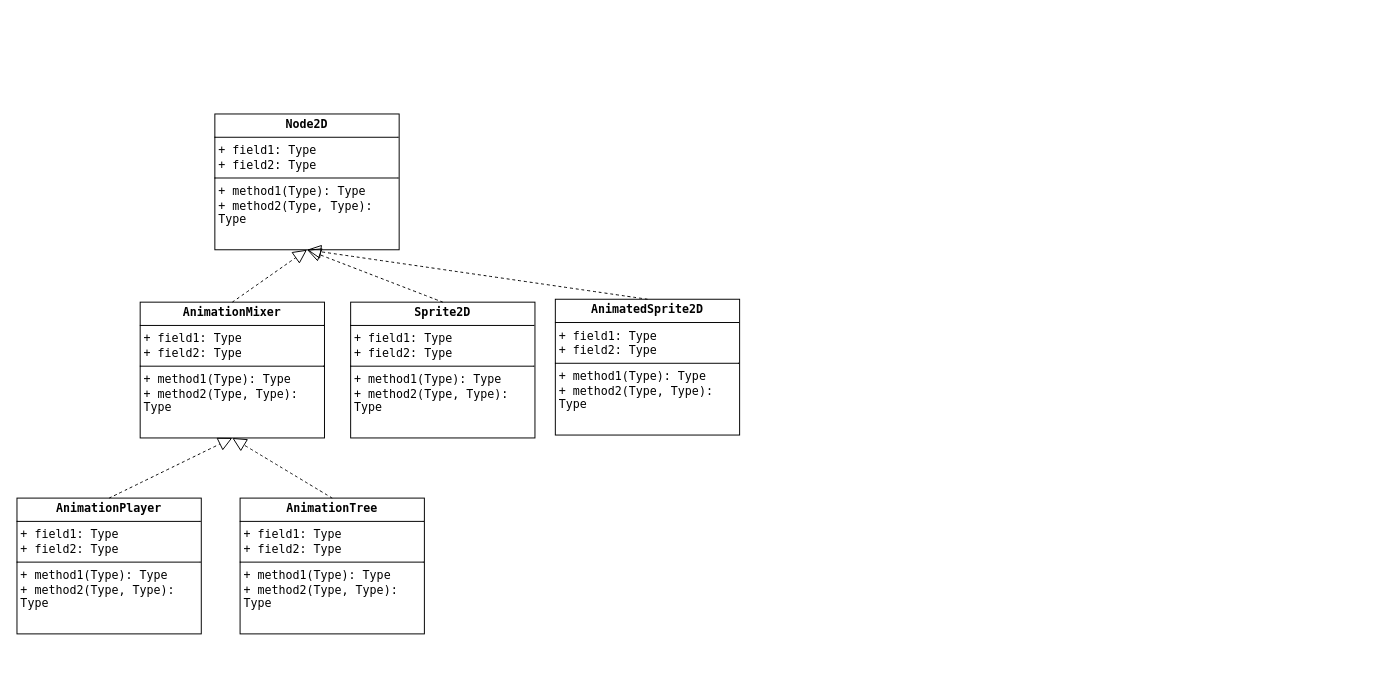
Before: page "动画" (2 of 8) of gotdot.drawio in GitHub7796/godotLearn, a draw.io diagram. Source tidied: cells renumbered, new cells numbered last; positions are measured from the earlier drawing's top-left corner, leaving out a move shared by most shapes. Both pictures are drawn from the tidied source at 97%, with x=0, y=0 at pixel (16, 113).
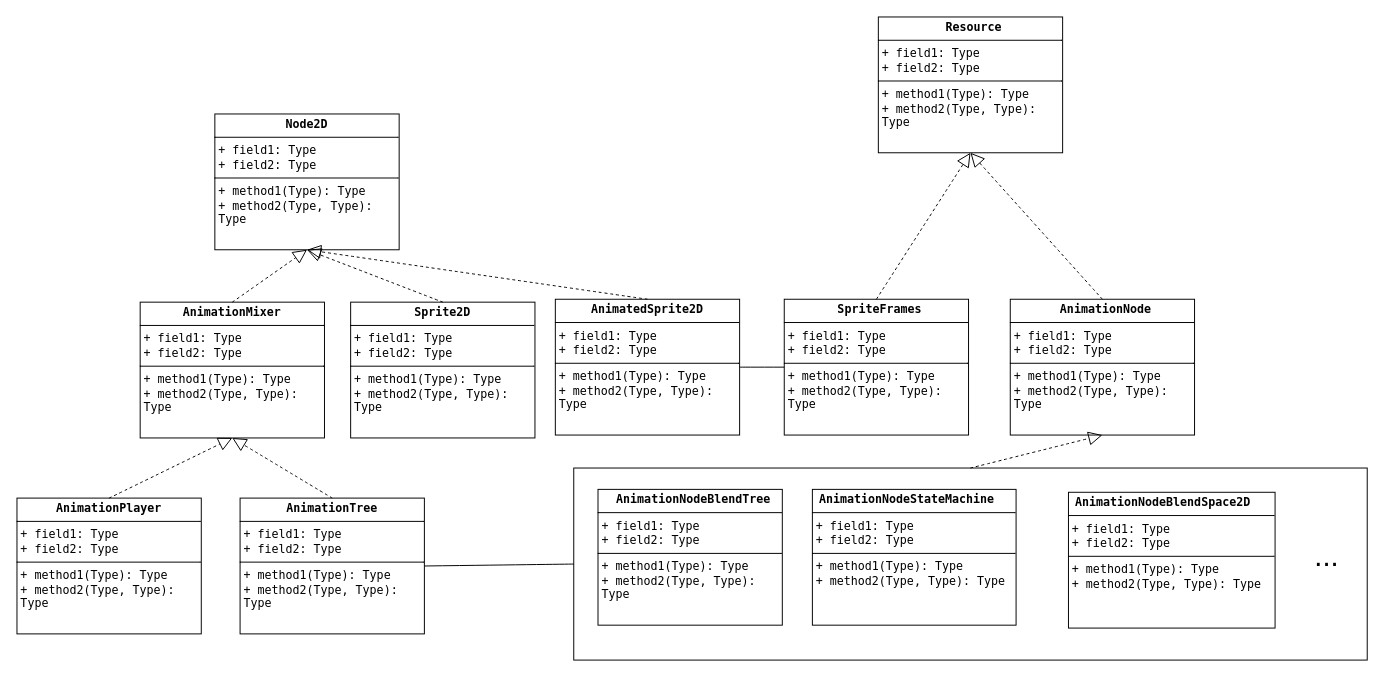
After the change.

Unchanged cells that the change refers to:
```xml
<mxCell id="5" value="&lt;p style=&quot;margin:0px;margin-top:4px;text-align:center;&quot;&gt;&lt;b&gt;AnimatedSprite2D&lt;/b&gt;&lt;br&gt;&lt;/p&gt;&lt;hr style=&quot;border-style:solid;&quot; size=&quot;1&quot;&gt;&lt;p style=&quot;margin:0px;margin-left:4px;&quot;&gt;+ field1: Type&lt;br&gt;+ field2: Type&lt;/p&gt;&lt;hr style=&quot;border-style:solid;&quot; size=&quot;1&quot;&gt;&lt;p style=&quot;margin:0px;margin-left:4px;&quot;&gt;+ method1(Type): Type&lt;br&gt;+ method2(Type, Type): Type&lt;/p&gt;" style="verticalAlign=top;align=left;overflow=fill;html=1;whiteSpace=wrap;fontFamily=Lucida Console;" parent="1" vertex="1">
  <mxGeometry x="555" y="191" width="190" height="140" as="geometry" />
</mxCell>
<mxCell id="10" value="&lt;p style=&quot;margin:0px;margin-top:4px;text-align:center;&quot;&gt;&lt;b&gt;AnimationTree&lt;/b&gt;&lt;br&gt;&lt;/p&gt;&lt;hr style=&quot;border-style:solid;&quot; size=&quot;1&quot;&gt;&lt;p style=&quot;margin:0px;margin-left:4px;&quot;&gt;+ field1: Type&lt;br&gt;+ field2: Type&lt;/p&gt;&lt;hr style=&quot;border-style:solid;&quot; size=&quot;1&quot;&gt;&lt;p style=&quot;margin:0px;margin-left:4px;&quot;&gt;+ method1(Type): Type&lt;br&gt;+ method2(Type, Type): Type&lt;/p&gt;" style="verticalAlign=top;align=left;overflow=fill;html=1;whiteSpace=wrap;fontFamily=Lucida Console;" parent="1" vertex="1">
  <mxGeometry x="230" y="396" width="190" height="140" as="geometry" />
</mxCell>
```

The edit, as a diff of the source:
```diff
@@
+    <mxCell id="13" value="&lt;p style=&quot;margin:0px;margin-top:4px;text-align:center;&quot;&gt;&lt;b&gt;&amp;nbsp;AnimationNode&lt;/b&gt;&lt;br&gt;&lt;/p&gt;&lt;hr style=&quot;border-style:solid;&quot; size=&quot;1&quot;&gt;&lt;p style=&quot;margin:0px;margin-left:4px;&quot;&gt;+ field1: Type&lt;br&gt;+ field2: Type&lt;/p&gt;&lt;hr style=&quot;border-style:solid;&quot; size=&quot;1&quot;&gt;&lt;p style=&quot;margin:0px;margin-left:4px;&quot;&gt;+ method1(Type): Type&lt;br&gt;+ method2(Type, Type): Type&lt;/p&gt;" style="verticalAlign=top;align=left;overflow=fill;html=1;whiteSpace=wrap;fontFamily=Lucida Console;" parent="1" vertex="1">
+      <mxGeometry x="1024" y="191" width="190" height="140" as="geometry" />
+    </mxCell>
+    <mxCell id="14" value="&lt;p style=&quot;margin:0px;margin-top:4px;text-align:center;&quot;&gt;&lt;b&gt;&amp;nbsp;&lt;/b&gt;&lt;span style=&quot;background-color: initial; text-align: left;&quot;&gt;&lt;b&gt;Resource&lt;/b&gt;&lt;/span&gt;&lt;br&gt;&lt;/p&gt;&lt;hr style=&quot;border-style:solid;&quot; size=&quot;1&quot;&gt;&lt;p style=&quot;margin:0px;margin-left:4px;&quot;&gt;+ field1: Type&lt;br&gt;+ field2: Type&lt;/p&gt;&lt;hr style=&quot;border-style:solid;&quot; size=&quot;1&quot;&gt;&lt;p style=&quot;margin:0px;margin-left:4px;&quot;&gt;+ method1(Type): Type&lt;br&gt;+ method2(Type, Type): Type&lt;/p&gt;" style="verticalAlign=top;align=left;overflow=fill;html=1;whiteSpace=wrap;fontFamily=Lucida Console;" parent="1" vertex="1">
+      <mxGeometry x="888" y="-100" width="190" height="140" as="geometry" />
+    </mxCell>
+    <mxCell id="15" style="endArrow=block;dashed=1;endFill=0;endSize=12;html=1;rounded=0;fontSize=12;curved=1;exitX=0.5;exitY=0;exitDx=0;exitDy=0;fontFamily=Lucida Console;entryX=0.5;entryY=1;entryDx=0;entryDy=0;" parent="1" edge="1" source="13" target="14">
+      <mxGeometry relative="1" as="geometry" />
+    </mxCell>
+    <mxCell id="16" value="&lt;p style=&quot;margin:0px;margin-top:4px;text-align:center;&quot;&gt;&lt;b&gt;&amp;nbsp;&lt;/b&gt;&lt;span style=&quot;background-color: initial; text-align: left;&quot;&gt;&lt;b&gt;AnimationNodeBlendTree&lt;/b&gt;&lt;/span&gt;&lt;br&gt;&lt;/p&gt;&lt;hr style=&quot;border-style:solid;&quot; size=&quot;1&quot;&gt;&lt;p style=&quot;margin:0px;margin-left:4px;&quot;&gt;+ field1: Type&lt;br&gt;+ field2: Type&lt;/p&gt;&lt;hr style=&quot;border-style:solid;&quot; size=&quot;1&quot;&gt;&lt;p style=&quot;margin:0px;margin-left:4px;&quot;&gt;+ method1(Type): Type&lt;br&gt;+ method2(Type, Type): Type&lt;/p&gt;" style="verticalAlign=top;align=left;overflow=fill;html=1;whiteSpace=wrap;fontFamily=Lucida Console;" parent="1" vertex="1">
+      <mxGeometry x="599" y="387" width="190" height="140" as="geometry" />
+    </mxCell>
+    <mxCell id="17" value="&lt;p style=&quot;text-align: left; margin: 4px 0px 0px;&quot;&gt;&lt;b&gt;&amp;nbsp;&lt;/b&gt;&lt;span style=&quot;background-color: initial; text-align: left;&quot;&gt;&lt;b&gt;AnimationNodeStateMachine&lt;/b&gt;&lt;/span&gt;&lt;br&gt;&lt;/p&gt;&lt;hr style=&quot;border-style:solid;&quot; size=&quot;1&quot;&gt;&lt;p style=&quot;margin:0px;margin-left:4px;&quot;&gt;+ field1: Type&lt;br&gt;+ field2: Type&lt;/p&gt;&lt;hr style=&quot;border-style:solid;&quot; size=&quot;1&quot;&gt;&lt;p style=&quot;margin:0px;margin-left:4px;&quot;&gt;+ method1(Type): Type&lt;br&gt;+ method2(Type, Type): Type&lt;/p&gt;" style="verticalAlign=top;align=left;overflow=fill;html=1;whiteSpace=wrap;fontFamily=Lucida Console;" parent="1" vertex="1">
+      <mxGeometry x="820" y="387" width="210" height="140" as="geometry" />
+    </mxCell>
+    <mxCell id="18" value="&lt;p style=&quot;text-align: left; margin: 4px 0px 0px;&quot;&gt;&lt;b&gt;&amp;nbsp;&lt;/b&gt;&lt;span style=&quot;background-color: initial;&quot;&gt;&lt;b&gt;AnimationNodeBlendSpace2D&lt;/b&gt;&lt;/span&gt;&lt;br&gt;&lt;/p&gt;&lt;hr style=&quot;border-style:solid;&quot; size=&quot;1&quot;&gt;&lt;p style=&quot;margin:0px;margin-left:4px;&quot;&gt;+ field1: Type&lt;br&gt;+ field2: Type&lt;/p&gt;&lt;hr style=&quot;border-style:solid;&quot; size=&quot;1&quot;&gt;&lt;p style=&quot;margin:0px;margin-left:4px;&quot;&gt;+ method1(Type): Type&lt;br&gt;+ method2(Type, Type): Type&lt;/p&gt;" style="verticalAlign=top;align=left;overflow=fill;html=1;whiteSpace=wrap;fontFamily=Lucida Console;" parent="1" vertex="1">
+      <mxGeometry x="1084" y="390" width="213" height="140" as="geometry" />
+    </mxCell>
+    <mxCell id="19" value="&lt;font style=&quot;font-size: 30px;&quot;&gt;...&lt;/font&gt;" style="text;html=1;align=center;verticalAlign=middle;strokeColor=none;fillColor=none;fontSize=16;" parent="1" vertex="1">
+      <mxGeometry x="1328.5" y="430.5" width="43" height="48" as="geometry" />
+    </mxCell>
+    <mxCell id="20" style="whiteSpace=wrap;html=1;fillColor=none;" parent="1" vertex="1">
+      <mxGeometry x="574" y="365" width="818" height="198" as="geometry" />
+    </mxCell>
+    <mxCell id="21" style="endArrow=block;dashed=1;endFill=0;endSize=12;html=1;rounded=0;fontSize=12;curved=1;exitX=0.5;exitY=0;exitDx=0;exitDy=0;fontFamily=Lucida Console;entryX=0.5;entryY=1;entryDx=0;entryDy=0;" parent="1" edge="1" source="20" target="13">
+      <mxGeometry relative="1" as="geometry" />
+    </mxCell>
+    <mxCell id="22" style="endArrow=none;endFill=0;endSize=12;html=1;rounded=0;fontSize=12;curved=1;exitX=0;exitY=0.5;exitDx=0;exitDy=0;fontFamily=Lucida Console;entryX=1;entryY=0.5;entryDx=0;entryDy=0;" parent="1" edge="1" source="20" target="10">
+      <mxGeometry relative="1" as="geometry" />
+    </mxCell>
+    <mxCell id="23" value="&lt;p style=&quot;margin:0px;margin-top:4px;text-align:center;&quot;&gt;&lt;b&gt;&amp;nbsp;&lt;/b&gt;&lt;span style=&quot;background-color: initial; text-align: left;&quot;&gt;&lt;b&gt;SpriteFrames&lt;/b&gt;&lt;/span&gt;&lt;br&gt;&lt;/p&gt;&lt;hr style=&quot;border-style:solid;&quot; size=&quot;1&quot;&gt;&lt;p style=&quot;margin:0px;margin-left:4px;&quot;&gt;+ field1: Type&lt;br&gt;+ field2: Type&lt;/p&gt;&lt;hr style=&quot;border-style:solid;&quot; size=&quot;1&quot;&gt;&lt;p style=&quot;margin:0px;margin-left:4px;&quot;&gt;+ method1(Type): Type&lt;br&gt;+ method2(Type, Type): Type&lt;/p&gt;" style="verticalAlign=top;align=left;overflow=fill;html=1;whiteSpace=wrap;fontFamily=Lucida Console;" parent="1" vertex="1">
+      <mxGeometry x="791" y="191" width="190" height="140" as="geometry" />
+    </mxCell>
+    <mxCell id="24" style="endArrow=block;dashed=1;endFill=0;endSize=12;html=1;rounded=0;fontSize=12;curved=1;exitX=0.5;exitY=0;exitDx=0;exitDy=0;fontFamily=Lucida Console;entryX=0.5;entryY=1;entryDx=0;entryDy=0;" parent="1" edge="1" source="23" target="14">
+      <mxGeometry relative="1" as="geometry" />
+    </mxCell>
+    <mxCell id="25" style="endArrow=none;endFill=0;endSize=12;html=1;rounded=0;fontSize=12;curved=1;exitX=1;exitY=0.5;exitDx=0;exitDy=0;fontFamily=Lucida Console;entryX=0;entryY=0.5;entryDx=0;entryDy=0;" parent="1" edge="1" source="5" target="23">
+      <mxGeometry relative="1" as="geometry" />
+    </mxCell>
```
